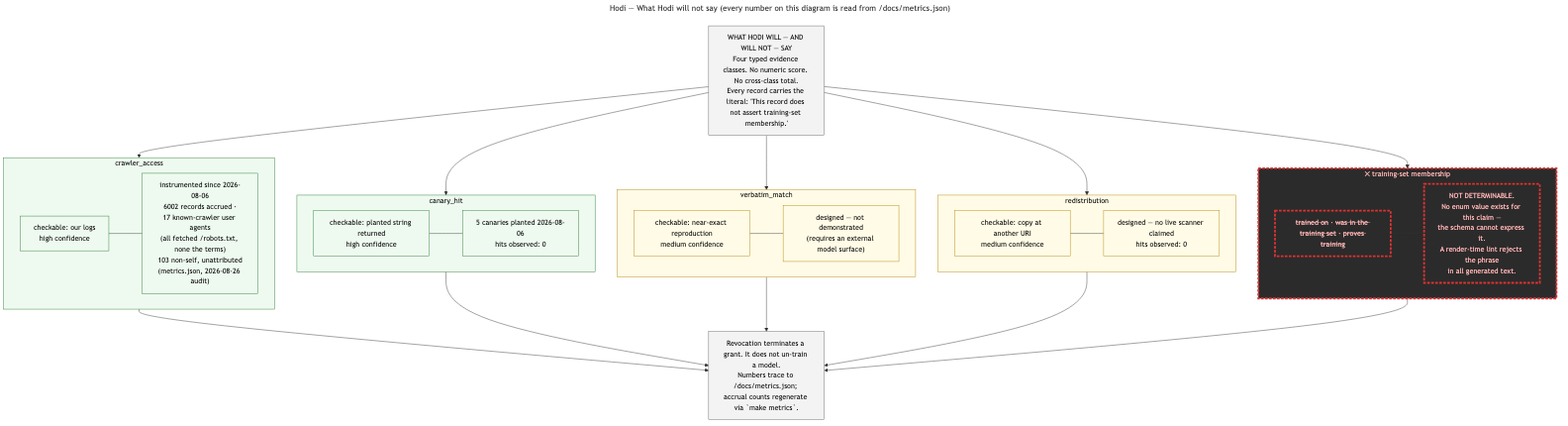
The Mermaid diagram docs/architecture/diagram_b_what_hodi_will_not_say.png in Jeremiah-Sakuda/Hodi, before a commit. Its source is kept beside it as docs/architecture/diagram_b_what_hodi_will_not_say.mmd.
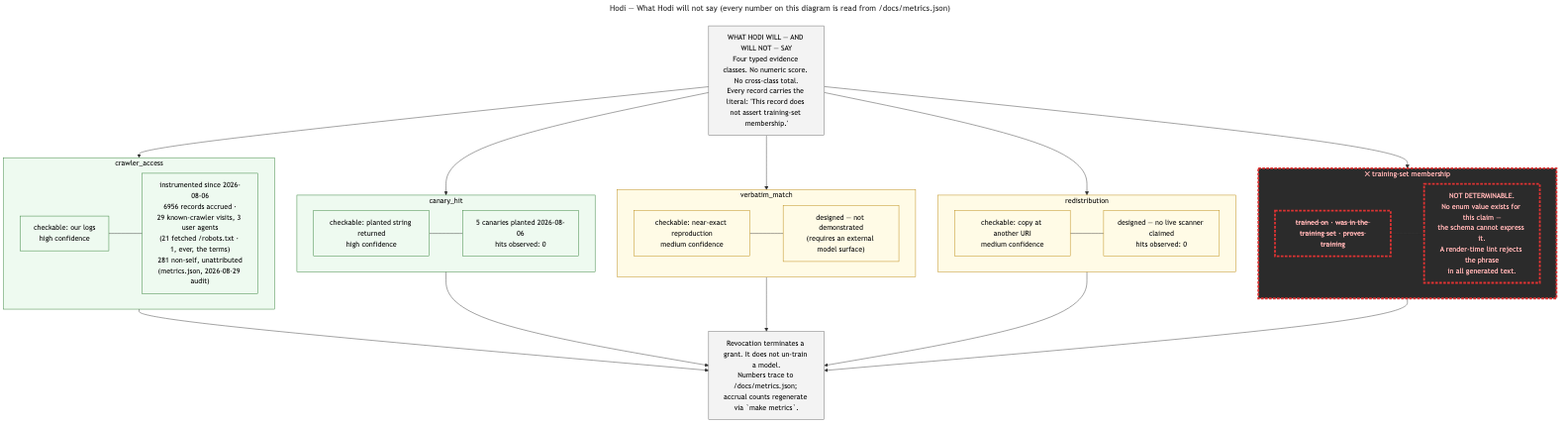
After the commit.

Change to the diagram source:
```diff
@@ -7,7 +7,7 @@
 
     subgraph C1["crawler_access"]
         C1a["checkable: our logs<br/>high confidence"]
-        C1b["instrumented since 2026-08-06<br/>6002 records accrued ·<br/>17 known-crawler user agents<br/>(all fetched /robots.txt, none the terms)<br/>103 non-self, unattributed<br/>(metrics.json, 2026-08-26 audit)"]
+        C1b["instrumented since 2026-08-06<br/>6956 records accrued ·<br/>29 known-crawler visits, 3 user agents<br/>(21 fetched /robots.txt · 1, ever, the terms)<br/>281 non-self, unattributed<br/>(metrics.json, 2026-08-29 audit)"]
         C1a --- C1b
     end
 
```
